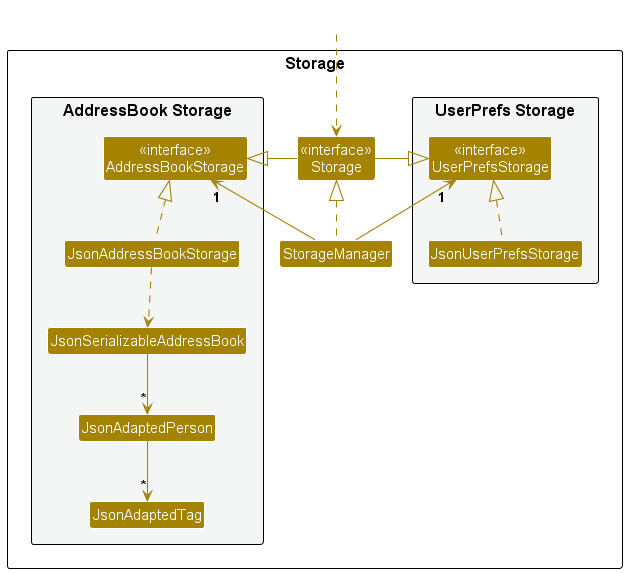
Earlier version of the PlantUML export docs/images/developer-guide/StorageClassDiagram.png (nus-cs2103-AY2324S1/tp).
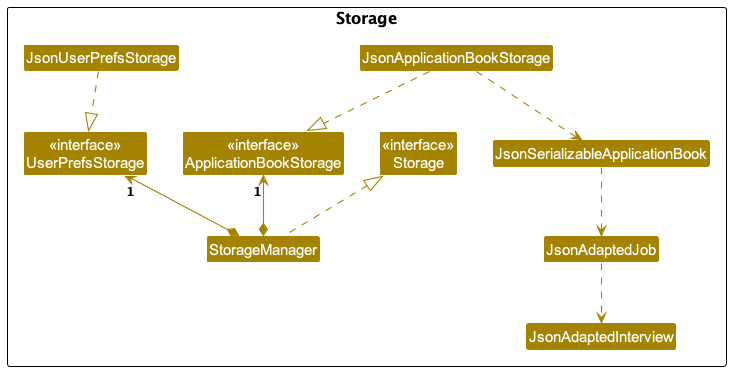
The same diagram one commit later.

Commit message:
Update Storage Section in DG 1. Added API, description, functionality and component structure for storage section in the developer guide 2. Created a class diagram for storage

The edit, as a diff of the source:
```diff
@@ -6,38 +6,29 @@
 
 package Storage as StoragePackage {
 
-package "UserPrefs Storage" #F4F6F6{
+Class "<<interface>>\nApplicationBookStorage" as ApplicationBookStorage
+Class "<<interface>>\nStorage" as Storage
 Class "<<interface>>\nUserPrefsStorage" as UserPrefsStorage
+Class JsonAdaptedInterview
+Class JsonAdaptedJob
+Class JsonSerializableApplicationBook
+Class JsonApplicationBookStorage
 Class JsonUserPrefsStorage
-}
-
-Class "<<interface>>\nStorage" as Storage
 Class StorageManager
 
-package "AddressBook Storage" #F4F6F6{
-Class "<<interface>>\nAddressBookStorage" as AddressBookStorage
-Class JsonAddressBookStorage
-Class JsonSerializableAddressBook
-Class JsonAdaptedPerson
-Class JsonAdaptedTag
-}
+StorageManager .up.|> Storage
+StorageManager *-up-> "1" ApplicationBookStorage
+StorageManager *-up-> "1" UserPrefsStorage
+
+JsonUserPrefsStorage .down.|> UserPrefsStorage
+
+JsonApplicationBookStorage ..|> ApplicationBookStorage
+JsonApplicationBookStorage ..> JsonSerializableApplicationBook
+
+JsonSerializableApplicationBook ..> JsonAdaptedJob
+JsonAdaptedJob ..> JsonAdaptedInterview
 
 }
 
-Class HiddenOutside #FFFFFF
-HiddenOutside ..> Storage
-
-StorageManager .up.|> Storage
-StorageManager -up-> "1" UserPrefsStorage
-StorageManager -up-> "1" AddressBookStorage
-
-Storage -left-|> UserPrefsStorage
-Storage -right-|> AddressBookStorage
-
-JsonUserPrefsStorage .up.|> UserPrefsStorage
-JsonAddressBookStorage .up.|> AddressBookStorage
-JsonAddressBookStorage ..> JsonSerializableAddressBook
-JsonSerializableAddressBook --> "*" JsonAdaptedPerson
-JsonAdaptedPerson --> "*" JsonAdaptedTag
 
 @enduml
```
